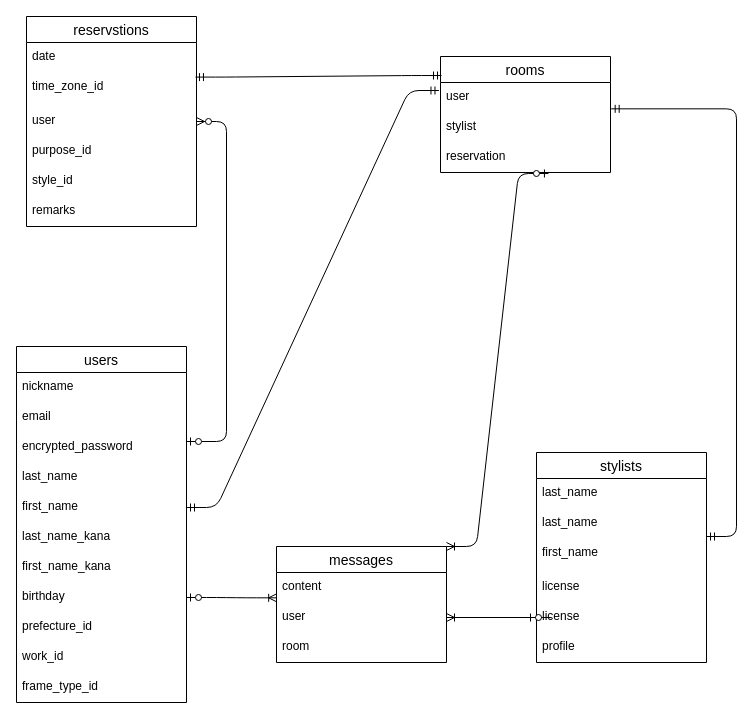
Before: er.dio in rikako-yurino/Connect-Stylist, a draw.io diagram. Source tidied: cells renumbered, new cells numbered last; positions are measured from the earlier drawing's top-left corner, leaving out a move shared by most shapes. Both pictures are drawn from the tidied source at 100%, with x=0, y=0 at pixel (16, 16).
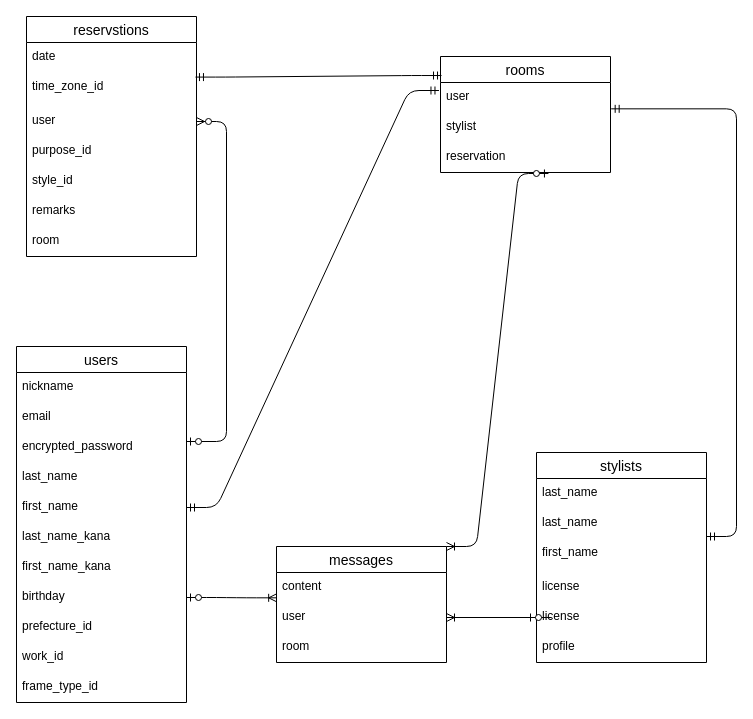
After the change.

Change to the diagram source:
```diff
@@
     <mxCell id="33" value="reservstions" style="swimlane;fontStyle=0;horizontal=1;startSize=26;align=center;fontSize=14;" parent="1" vertex="1">
-      <mxGeometry x="10" width="170" height="210" as="geometry" />
+      <mxGeometry x="10" width="170" height="240" as="geometry" />
     </mxCell>
@@
+    <mxCell id="43" value="room" style="text;strokeColor=none;fillColor=none;spacingLeft=4;spacingRight=4;overflow=hidden;fontSize=12;" parent="33" vertex="1">
+      <mxGeometry y="210" width="170" height="30" as="geometry" />
+    </mxCell>
```
